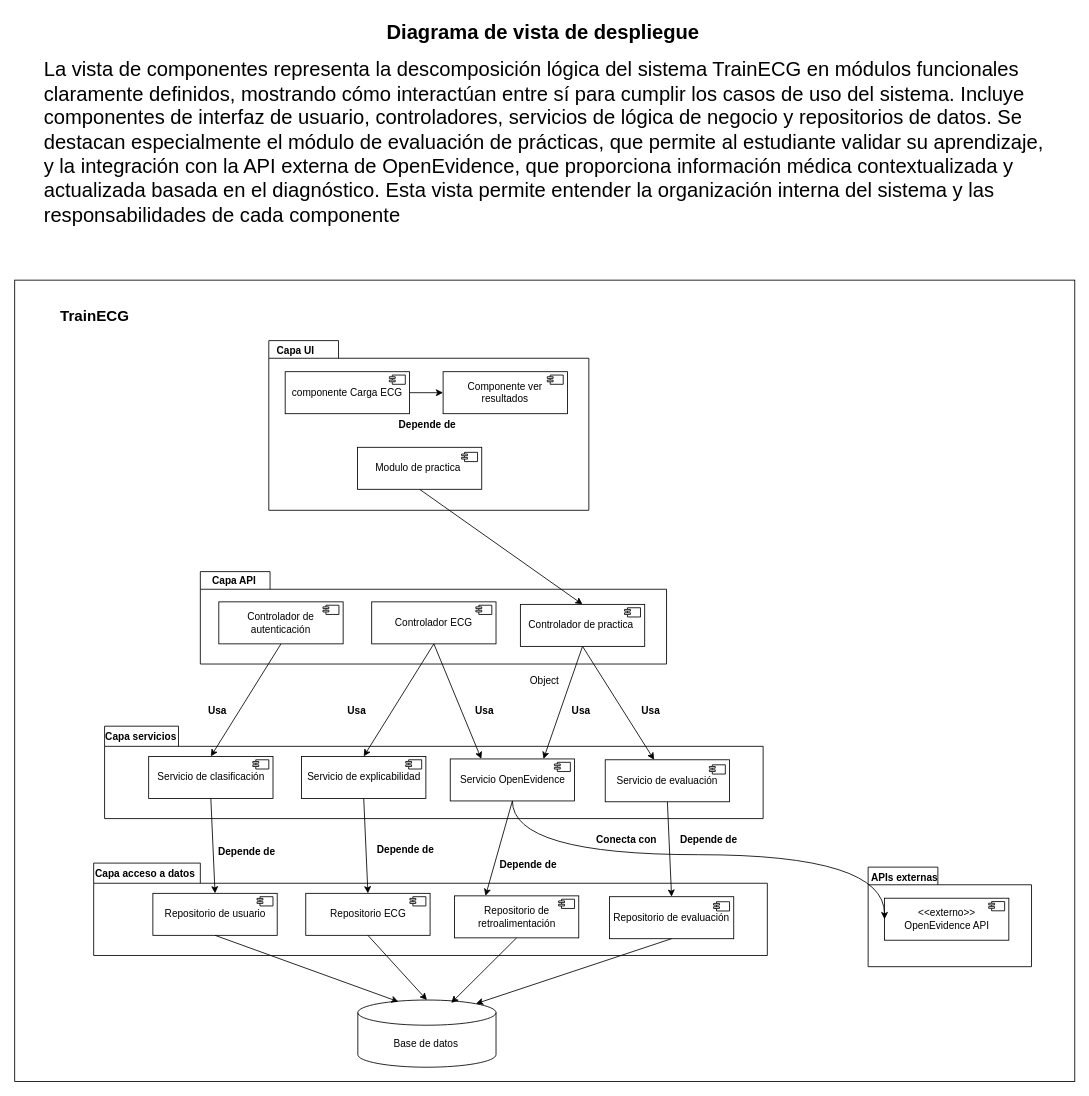
Before: page "vista de despliegue" (3 of 5) of Project/Views/VISTAS.drawio in Jucer74/SoftwareArchitecture, a draw.io diagram. Source tidied: cells renumbered, new cells numbered last; positions are measured from the earlier drawing's top-left corner, leaving out a move shared by most shapes. Both pictures are drawn from the tidied source at 84%, with x=0, y=0 at pixel (14, 14).
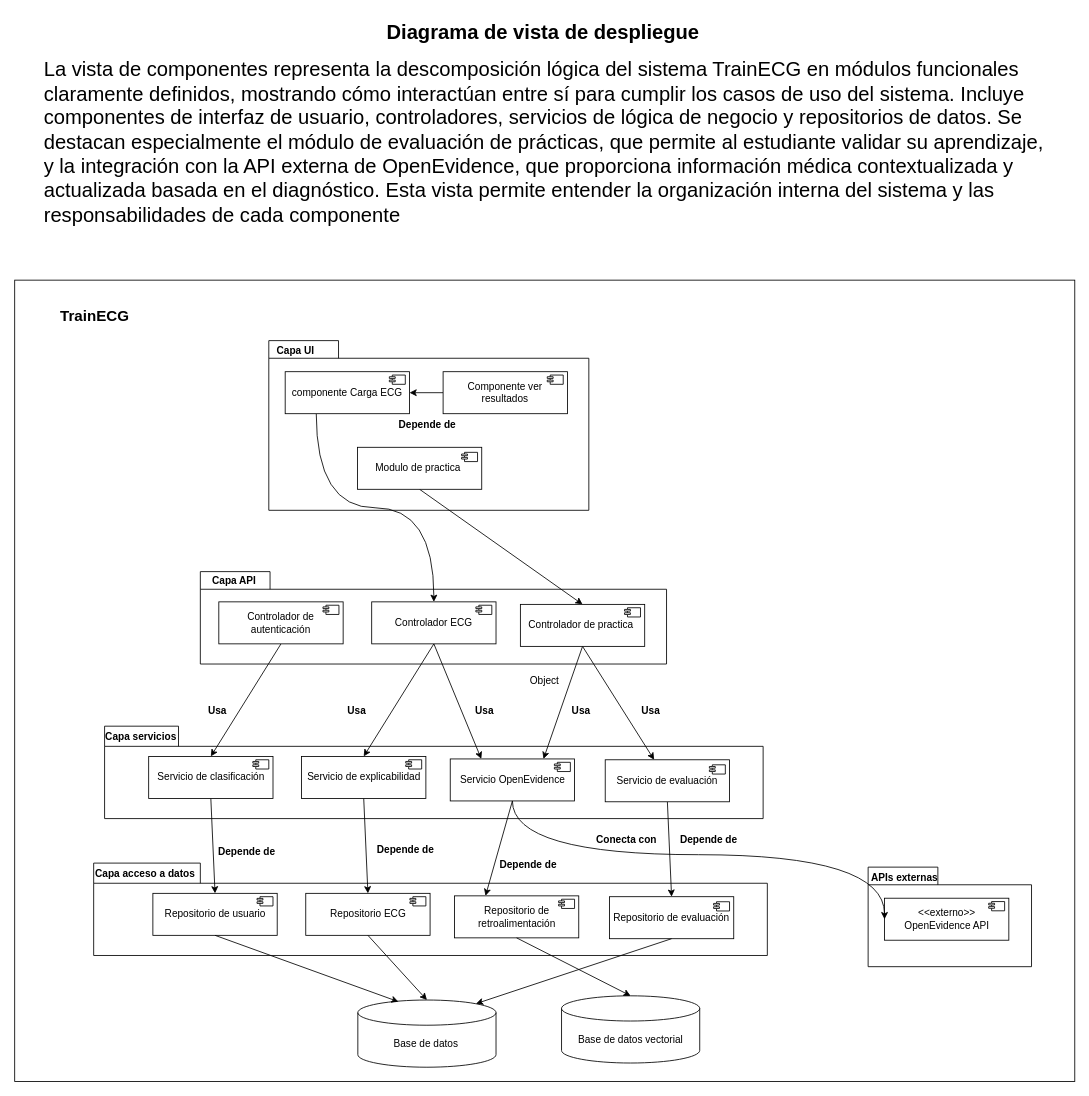
The same page after the edit.

Commit message (it also covers changes not shown here):
documento arquitectura

The change refers to these unchanged cells:
```xml
<mxCell id="8" value="componente Carga ECG" style="html=1;whiteSpace=wrap;" parent="1" vertex="1">
  <mxGeometry x="322" y="425" width="148" height="50" as="geometry" />
</mxCell>
<mxCell id="10" value="Componente ver resultados" style="html=1;whiteSpace=wrap;" parent="1" vertex="1">
  <mxGeometry x="510" y="425" width="148" height="50" as="geometry" />
</mxCell>
<mxCell id="22" value="Controlador ECG" style="html=1;whiteSpace=wrap;" parent="1" vertex="1">
  <mxGeometry x="425" y="699" width="148" height="50" as="geometry" />
</mxCell>
<mxCell id="46" value="Repositorio de retroalimentación" style="html=1;whiteSpace=wrap;" parent="1" vertex="1">
  <mxGeometry x="523.5" y="1049" width="148" height="50" as="geometry" />
</mxCell>
<mxCell id="67" value="Base de datos&amp;nbsp;" style="shape=cylinder3;whiteSpace=wrap;html=1;boundedLbl=1;backgroundOutline=1;size=15;" parent="1" vertex="1">
  <mxGeometry x="408.5" y="1173" width="164.5" height="80" as="geometry" />
</mxCell>
```

The edit, as a diff of the source:
```diff
@@
-    <mxCell id="7" style="edgeStyle=orthogonalEdgeStyle;rounded=0;jettySize=auto;html=1;exitX=1;exitY=0.5;exitDx=0;exitDy=0;entryX=0;entryY=0.5;entryDx=0;entryDy=0;" parent="1" edge="1" source="8" target="10">
-      <mxGeometry relative="1" as="geometry" />
-    </mxCell>
+    <mxCell id="73" style="edgeStyle=orthogonalEdgeStyle;rounded=0;jettySize=auto;html=1;exitX=0.25;exitY=1;exitDx=0;exitDy=0;entryX=0.5;entryY=0;entryDx=0;entryDy=0;curved=1;" parent="1" edge="1" source="8" target="22">
+      <mxGeometry relative="1" as="geometry" />
+    </mxCell>
@@
+    <mxCell id="74" style="edgeStyle=orthogonalEdgeStyle;rounded=0;jettySize=auto;html=1;exitX=0;exitY=0.5;exitDx=0;exitDy=0;" parent="1" edge="1" source="10" target="8">
+      <mxGeometry relative="1" as="geometry" />
+    </mxCell>
@@
-    <mxCell id="71" style="rounded=0;jettySize=auto;html=1;exitX=0.5;exitY=1;exitDx=0;exitDy=0;entryX=0.676;entryY=0.043;entryDx=0;entryDy=0;entryPerimeter=0;" parent="1" edge="1" source="46" target="67">
-      <mxGeometry relative="1" as="geometry" />
-    </mxCell>
@@
+    <mxCell id="75" value="Base de datos vectorial" style="shape=cylinder3;whiteSpace=wrap;html=1;boundedLbl=1;backgroundOutline=1;size=15;" parent="1" vertex="1">
+      <mxGeometry x="651" y="1168" width="164.5" height="80" as="geometry" />
+    </mxCell>
+    <mxCell id="76" style="rounded=0;jettySize=auto;html=1;exitX=0.5;exitY=1;exitDx=0;exitDy=0;entryX=0.5;entryY=0;entryDx=0;entryDy=0;entryPerimeter=0;" parent="1" edge="1" source="46" target="75">
+      <mxGeometry relative="1" as="geometry" />
+    </mxCell>
```
